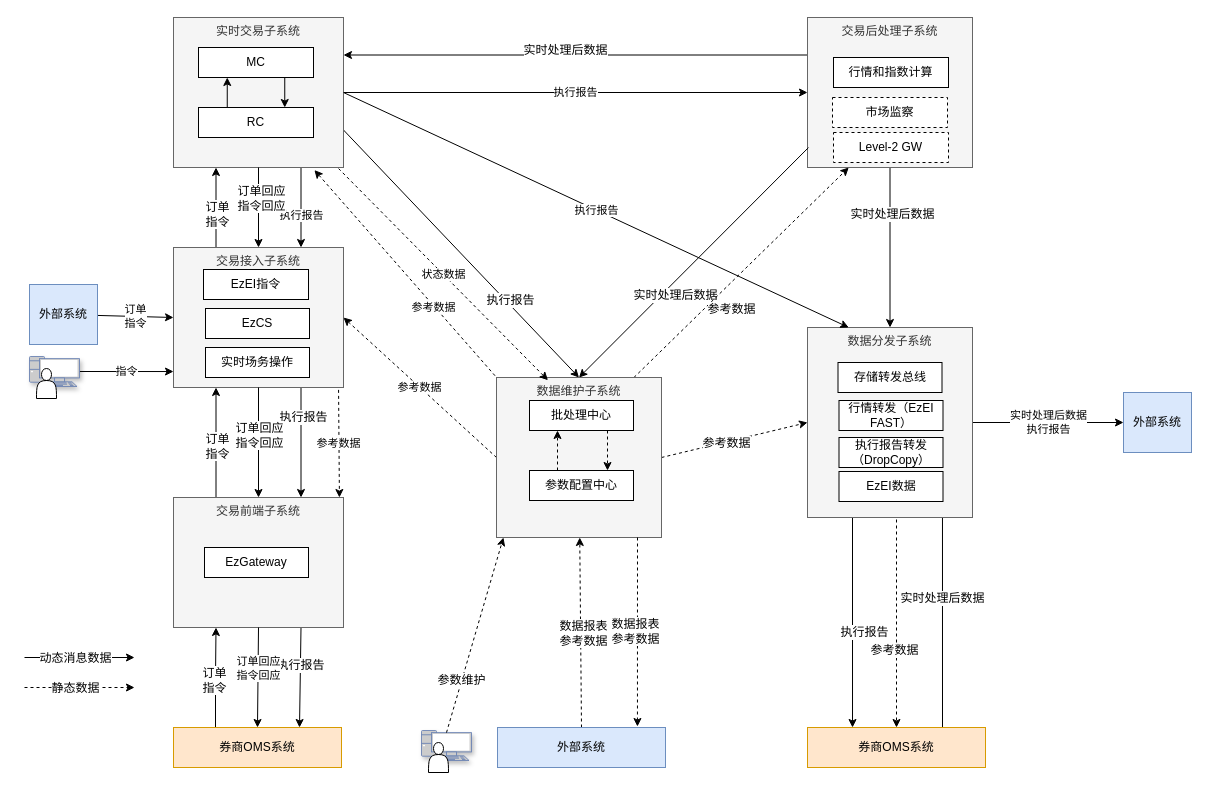
gotrade/gotrade keeps this draw.io diagram as page "Data Flow2" (9 of 9) of 交易系统升级流图 (2).drawio. Above is the earlier version. Source tidied: cells renumbered, new cells numbered last; positions are measured from the earlier drawing's top-left corner, leaving out a move shared by most shapes. Both pictures are drawn from the tidied source at 100%, with x=0, y=0 at pixel (24, 17).
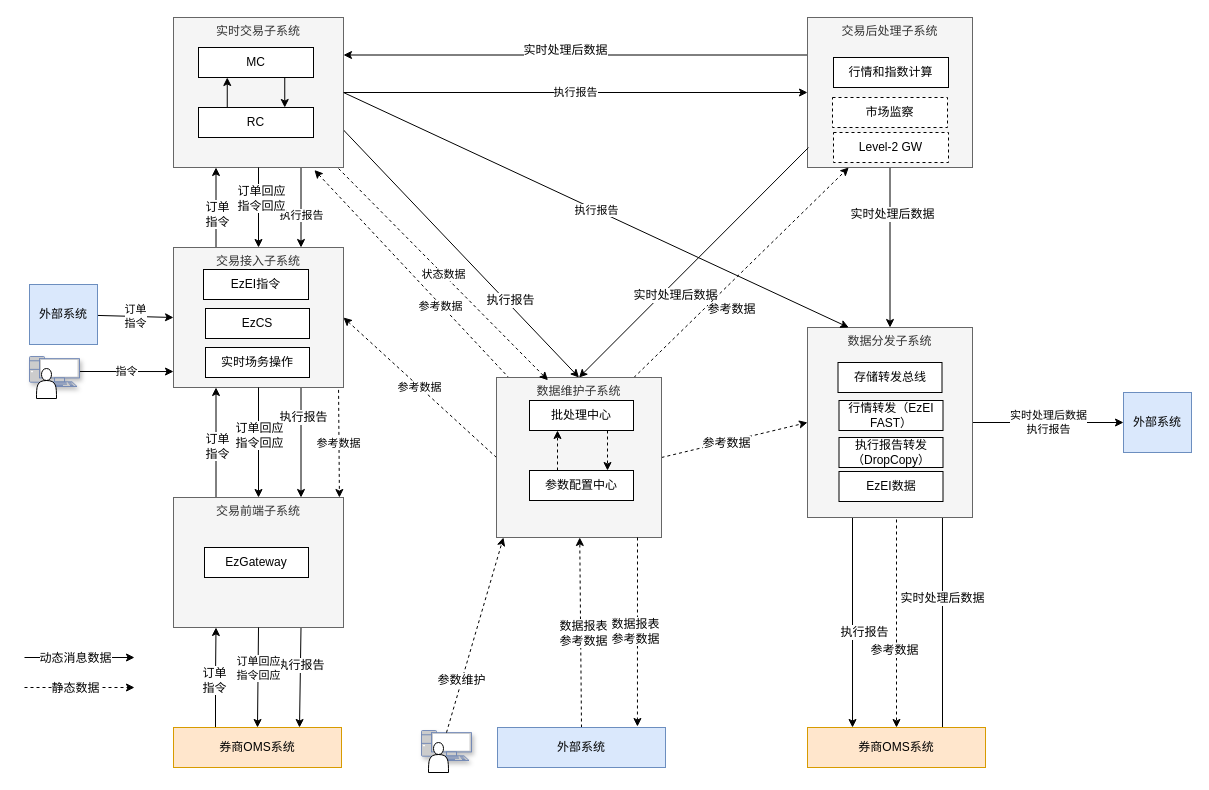
Above is the later version.

The change refers to these unchanged cells:
```xml
<mxCell id="6" value="实时交易子系统" style="rounded=0;whiteSpace=wrap;html=1;align=center;fillColor=#f5f5f5;strokeColor=#666666;fontColor=#333333;verticalAlign=top;" parent="1" vertex="1">
  <mxGeometry x="149" width="170" height="150" as="geometry" />
</mxCell>
<mxCell id="48" value="数据维护子系统" style="rounded=0;whiteSpace=wrap;html=1;align=center;fillColor=#f5f5f5;strokeColor=#666666;fontColor=#333333;verticalAlign=top;" parent="1" vertex="1">
  <mxGeometry x="472" y="360" width="165" height="160" as="geometry" />
</mxCell>
```

The edit, as a diff of the source:
```diff
@@
-    <mxCell id="42" value="参考数据" style="edgeStyle=none;rounded=0;jettySize=auto;html=1;exitX=0.015;exitY=0.017;exitDx=0;exitDy=0;entryX=0.829;entryY=1.017;entryDx=0;entryDy=0;entryPerimeter=0;dashed=1;startArrow=none;startFill=0;endArrow=classic;endFill=1;exitPerimeter=0;" parent="1" edge="1" source="48" target="6">
+    <mxCell id="42" value="参考数据" style="edgeStyle=none;rounded=0;jettySize=auto;html=1;exitX=0.079;exitY=0.006;exitDx=0;exitDy=0;entryX=0.829;entryY=1.017;entryDx=0;entryDy=0;entryPerimeter=0;dashed=1;startArrow=none;startFill=0;endArrow=classic;endFill=1;exitPerimeter=0;" parent="1" edge="1" source="48" target="6">
       <mxGeometry x="-0.3" y="1" relative="1" as="geometry" />
     </mxCell>
```
